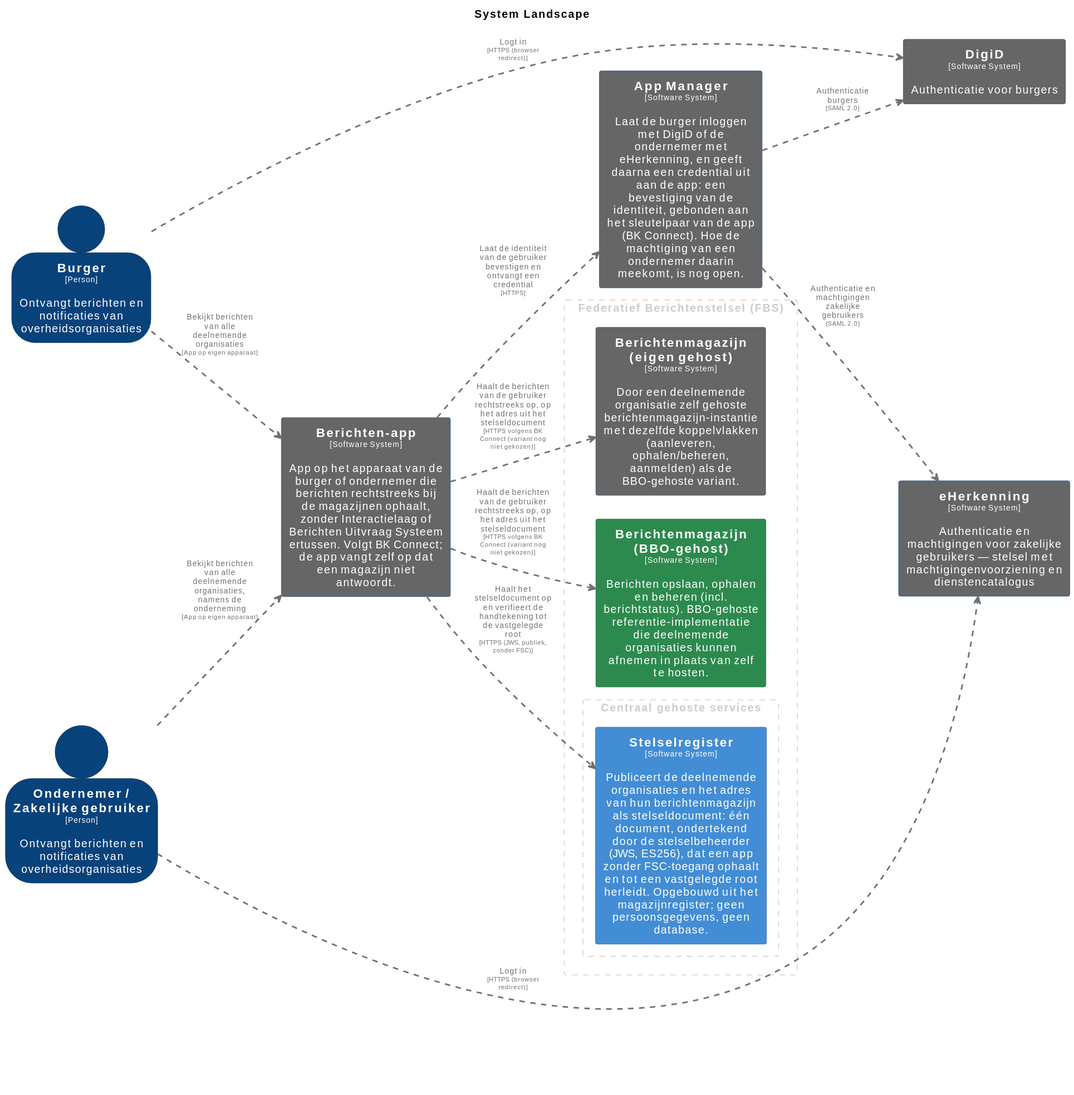
This is pr-preview/pr-393/master/svg/RechtstreeksOphalen.svg from MinBZK/moza-poc-fbs-berichtenbox, a PlantUML export, as it was before one commit. Its source is kept beside it as pr-preview/pr-393/master/puml/RechtstreeksOphalen.puml. Source of this version:
```plantuml
@startuml
set separator none
title System Landscape

left to right direction
skinparam ranksep 60
skinparam nodesep 30

skinparam {
  arrowFontSize 10
  defaultTextAlignment center
  wrapWidth 200
  maxMessageSize 100
}

hide stereotype

skinparam rectangle<<AppManager>> {
  BackgroundColor #666666
  FontColor #ffffff
  BorderColor #0b4884
  shadowing false
}
skinparam rectangle<<Berichtenapp>> {
  BackgroundColor #666666
  FontColor #ffffff
  BorderColor #0b4884
  shadowing false
}
skinparam rectangle<<BerichtenmagazijnBBOgehost>> {
  BackgroundColor #2d8a4e
  FontColor #ffffff
  BorderColor #1e6b38
  shadowing false
}
skinparam rectangle<<Berichtenmagazijneigengehost>> {
  BackgroundColor #666666
  FontColor #ffffff
  BorderColor #0b4884
  shadowing false
}
skinparam person<<Burger>> {
  BackgroundColor #08427b
  FontColor #ffffff
  BorderColor #052e56
  shadowing false
}
skinparam rectangle<<DigiD>> {
  BackgroundColor #666666
  FontColor #ffffff
  BorderColor #0b4884
  shadowing false
}
skinparam person<<OndernemerZakelijkegebruiker>> {
  BackgroundColor #08427b
  FontColor #ffffff
  BorderColor #052e56
  shadowing false
}
skinparam rectangle<<Stelselregister>> {
  BackgroundColor #438dd5
  FontColor #ffffff
  BorderColor #2e6295
  shadowing false
}
skinparam rectangle<<eHerkenning>> {
  BackgroundColor #666666
  FontColor #ffffff
  BorderColor #0b4884
  shadowing false
}

rectangle "Federatief Berichtenstelsel (FBS)" <<group1>> as group1 {
  skinparam RectangleBorderColor<<group1>> #cccccc
  skinparam RectangleFontColor<<group1>> #cccccc
  skinparam RectangleBorderStyle<<group1>> dashed

  rectangle "==Berichtenmagazijn (eigen gehost)\n<size:10>[Software System]</size>\n\nDoor een deelnemende organisatie zelf gehoste berichtenmagazijn-instantie met dezelfde koppelvlakken (aanleveren, ophalen/beheren, aanmelden) als de BBO-gehoste variant." <<Berichtenmagazijneigengehost>> as Berichtenmagazijneigengehost
  rectangle "==Berichtenmagazijn (BBO-gehost)\n<size:10>[Software System]</size>\n\nBerichten opslaan, ophalen en beheren (incl. berichtstatus). BBO-gehoste referentie-implementatie die deelnemende organisaties kunnen afnemen in plaats van zelf te hosten." <<BerichtenmagazijnBBOgehost>> as BerichtenmagazijnBBOgehost
    rectangle "Centraal gehoste services" <<group2>> as group2 {
      skinparam RectangleBorderColor<<group2>> #cccccc
      skinparam RectangleFontColor<<group2>> #cccccc
      skinparam RectangleBorderStyle<<group2>> dashed

      rectangle "==Stelselregister\n<size:10>[Software System]</size>\n\nPubliceert de deelnemende organisaties en het adres van hun berichtenmagazijn als stelseldocument: één document, ondertekend door de stelselbeheerder (JWS, ES256), dat een app zonder FSC-toegang ophaalt en tot een vastgelegde root herleidt. Opgebouwd uit het magazijnregister; geen persoonsgegevens, geen database." <<Stelselregister>> as Stelselregister
    }

}

person "==Burger\n<size:10>[Person]</size>\n\nOntvangt berichten en notificaties van overheidsorganisaties" <<Burger>> as Burger
rectangle "==App Manager\n<size:10>[Software System]</size>\n\nLaat de burger inloggen met DigiD of de ondernemer met eHerkenning, en geeft daarna een credential uit aan de app: een bevestiging van de identiteit, gebonden aan het sleutelpaar van de app (BK Connect). Hoe de machtiging van een ondernemer daarin meekomt, is nog open." <<AppManager>> as AppManager
person "==Ondernemer / Zakelijke gebruiker\n<size:10>[Person]</size>\n\nOntvangt berichten en notificaties van overheidsorganisaties" <<OndernemerZakelijkegebruiker>> as OndernemerZakelijkegebruiker
rectangle "==eHerkenning\n<size:10>[Software System]</size>\n\nAuthenticatie en machtigingen voor zakelijke gebruikers — stelsel met machtigingenvoorziening en dienstencatalogus" <<eHerkenning>> as eHerkenning
rectangle "==DigiD\n<size:10>[Software System]</size>\n\nAuthenticatie voor burgers" <<DigiD>> as DigiD
rectangle "==Berichten-app\n<size:10>[Software System]</size>\n\nApp op het apparaat van de burger of ondernemer die berichten rechtstreeks bij de magazijnen ophaalt, zonder Interactielaag of Berichten Uitvraag Systeem ertussen. Volgt BK Connect; de app vangt zelf op dat een magazijn niet antwoordt." <<Berichtenapp>> as Berichtenapp

Burger .[#707070,thickness=2].> DigiD : "<color:#707070>Logt in\n<color:#707070><size:8>[HTTPS (browser redirect)]</size>"
OndernemerZakelijkegebruiker .[#707070,thickness=2].> eHerkenning : "<color:#707070>Logt in\n<color:#707070><size:8>[HTTPS (browser redirect)]</size>"
Burger .[#707070,thickness=2].> Berichtenapp : "<color:#707070>Bekijkt berichten van alle deelnemende organisaties\n<color:#707070><size:8>[App op eigen apparaat]</size>"
OndernemerZakelijkegebruiker .[#707070,thickness=2].> Berichtenapp : "<color:#707070>Bekijkt berichten van alle deelnemende organisaties, namens de onderneming\n<color:#707070><size:8>[App op eigen apparaat]</size>"
Berichtenapp .[#707070,thickness=2].> AppManager : "<color:#707070>Laat de identiteit van de gebruiker bevestigen en ontvangt een credential\n<color:#707070><size:8>[HTTPS]</size>"
AppManager .[#707070,thickness=2].> DigiD : "<color:#707070>Authenticatie burgers\n<color:#707070><size:8>[SAML 2.0]</size>"
AppManager .[#707070,thickness=2].> eHerkenning : "<color:#707070>Authenticatie en machtigingen zakelijke gebruikers\n<color:#707070><size:8>[SAML 2.0]</size>"
Berichtenapp .[#707070,thickness=2].> Stelselregister : "<color:#707070>Haalt het stelseldocument op en verifieert de handtekening tot de vastgelegde root\n<color:#707070><size:8>[HTTPS (JWS, publiek, zonder FSC)]</size>"
Berichtenapp .[#707070,thickness=2].> BerichtenmagazijnBBOgehost : "<color:#707070>Haalt de berichten van de gebruiker rechtstreeks op, op het adres uit het stelseldocument\n<color:#707070><size:8>[HTTPS volgens BK Connect (variant nog niet gekozen)]</size>"
Berichtenapp .[#707070,thickness=2].> Berichtenmagazijneigengehost : "<color:#707070>Haalt de berichten van de gebruiker rechtstreeks op, op het adres uit het stelseldocument\n<color:#707070><size:8>[HTTPS volgens BK Connect (variant nog niet gekozen)]</size>"
@enduml
```
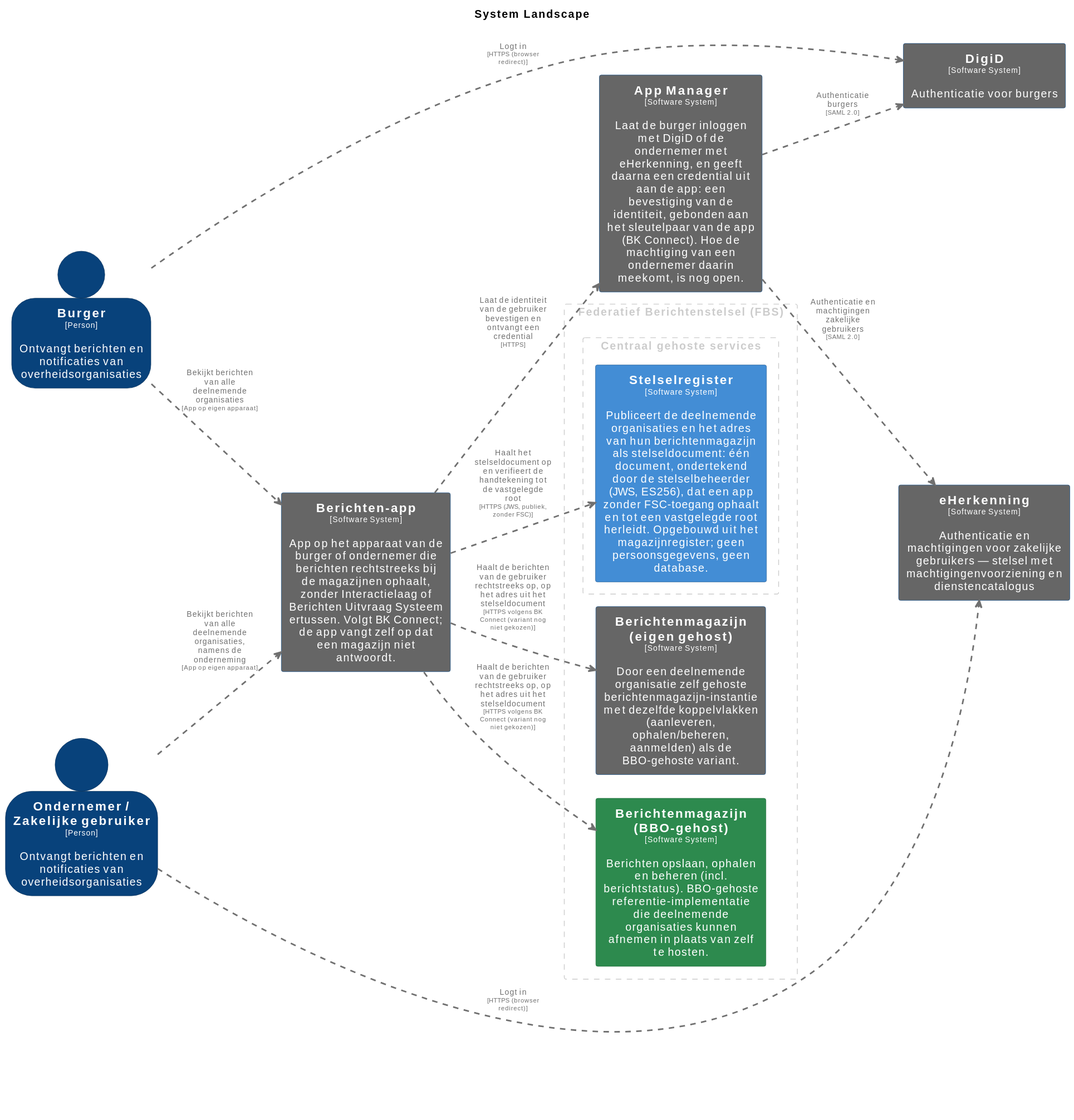
Later version of the same file.

The edit, as a diff of the source:
```diff
@@ -88,11 +88,11 @@
 }
 
 person "==Burger\n<size:10>[Person]</size>\n\nOntvangt berichten en notificaties van overheidsorganisaties" <<Burger>> as Burger
+rectangle "==Berichten-app\n<size:10>[Software System]</size>\n\nApp op het apparaat van de burger of ondernemer die berichten rechtstreeks bij de magazijnen ophaalt, zonder Interactielaag of Berichten Uitvraag Systeem ertussen. Volgt BK Connect; de app vangt zelf op dat een magazijn niet antwoordt." <<Berichtenapp>> as Berichtenapp
 rectangle "==App Manager\n<size:10>[Software System]</size>\n\nLaat de burger inloggen met DigiD of de ondernemer met eHerkenning, en geeft daarna een credential uit aan de app: een bevestiging van de identiteit, gebonden aan het sleutelpaar van de app (BK Connect). Hoe de machtiging van een ondernemer daarin meekomt, is nog open." <<AppManager>> as AppManager
 person "==Ondernemer / Zakelijke gebruiker\n<size:10>[Person]</size>\n\nOntvangt berichten en notificaties van overheidsorganisaties" <<OndernemerZakelijkegebruiker>> as OndernemerZakelijkegebruiker
 rectangle "==eHerkenning\n<size:10>[Software System]</size>\n\nAuthenticatie en machtigingen voor zakelijke gebruikers — stelsel met machtigingenvoorziening en dienstencatalogus" <<eHerkenning>> as eHerkenning
 rectangle "==DigiD\n<size:10>[Software System]</size>\n\nAuthenticatie voor burgers" <<DigiD>> as DigiD
-rectangle "==Berichten-app\n<size:10>[Software System]</size>\n\nApp op het apparaat van de burger of ondernemer die berichten rechtstreeks bij de magazijnen ophaalt, zonder Interactielaag of Berichten Uitvraag Systeem ertussen. Volgt BK Connect; de app vangt zelf op dat een magazijn niet antwoordt." <<Berichtenapp>> as Berichtenapp
 
 Burger .[#707070,thickness=2].> DigiD : "<color:#707070>Logt in\n<color:#707070><size:8>[HTTPS (browser redirect)]</size>"
 OndernemerZakelijkegebruiker .[#707070,thickness=2].> eHerkenning : "<color:#707070>Logt in\n<color:#707070><size:8>[HTTPS (browser redirect)]</size>"
```
